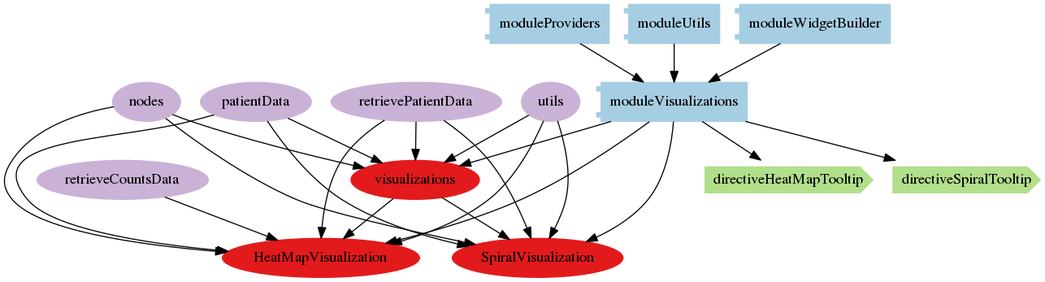
Earlier version of the Graphviz export architecture/png/modules/moduleVisualizations.png (nevesnunes/MultiViz). Its source is kept beside it as architecture/dot/modules/moduleVisualizations.dot.
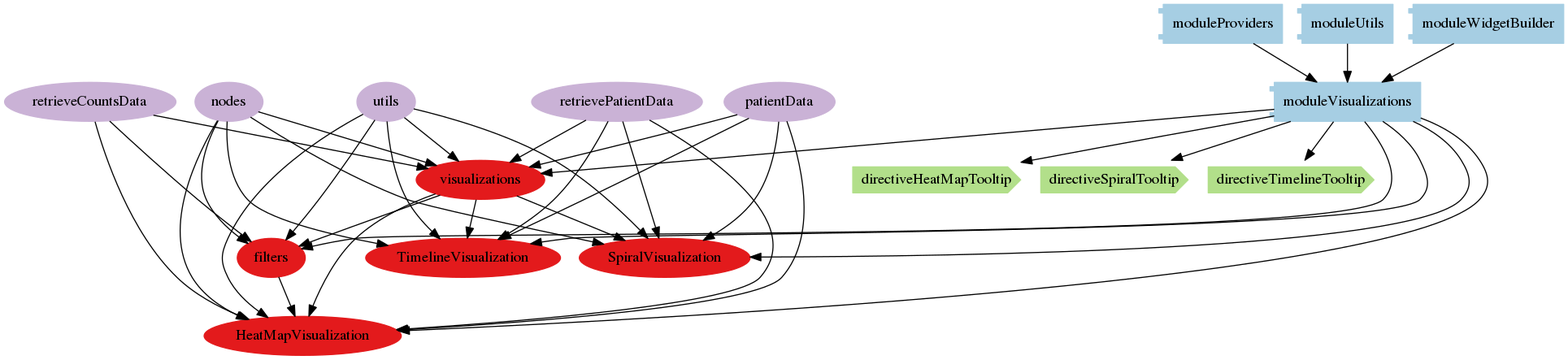
The same diagram one commit later.

Change to the diagram source:
```diff
@@ -32,6 +32,12 @@
       "SpiralVisualization"[label="SpiralVisualization", color=6]
       "moduleVisualizations" -> "SpiralVisualization"
 
+      "TimelineVisualization"[label="TimelineVisualization", color=6]
+      "moduleVisualizations" -> "TimelineVisualization"
+
+      "filters"[label="filters", color=6]
+      "moduleVisualizations" -> "filters"
+
       "visualizations"[label="visualizations", color=6]
       "moduleVisualizations" -> "visualizations"
 
@@ -45,6 +51,9 @@
 
       "directiveSpiralTooltip"[label="directiveSpiralTooltip", color=3]
       "moduleVisualizations" -> "directiveSpiralTooltip"
+
+      "directiveTimelineTooltip"[label="directiveTimelineTooltip", color=3]
+      "moduleVisualizations" -> "directiveTimelineTooltip"
 
 
 
@@ -71,8 +80,13 @@
 
 
 
+
+
         "visualizations"[label="visualizations"]
         "visualizations" -> "HeatMapVisualization"
+
+        "filters"[label="filters"]
+        "filters" -> "HeatMapVisualization"
 
         "patientData"[label="patientData"]
         "patientData" -> "HeatMapVisualization"
@@ -108,11 +122,45 @@
 
 
 
+        "visualizations"[label="visualizations"]
+        "visualizations" -> "TimelineVisualization"
+
+        "patientData"[label="patientData"]
+        "patientData" -> "TimelineVisualization"
+
+        "retrievePatientData"[label="retrievePatientData"]
+        "retrievePatientData" -> "TimelineVisualization"
+
+        "utils"[label="utils"]
+        "utils" -> "TimelineVisualization"
+
+        "nodes"[label="nodes"]
+        "nodes" -> "TimelineVisualization"
+
+
+
+        "retrieveCountsData"[label="retrieveCountsData"]
+        "retrieveCountsData" -> "filters"
+
+        "utils"[label="utils"]
+        "utils" -> "filters"
+
+        "nodes"[label="nodes"]
+        "nodes" -> "filters"
+
+        "visualizations"[label="visualizations"]
+        "visualizations" -> "filters"
+
+
+
         "patientData"[label="patientData"]
         "patientData" -> "visualizations"
 
         "retrievePatientData"[label="retrievePatientData"]
         "retrievePatientData" -> "visualizations"
+
+        "retrieveCountsData"[label="retrieveCountsData"]
+        "retrieveCountsData" -> "visualizations"
 
         "utils"[label="utils"]
         "utils" -> "visualizations"
```
